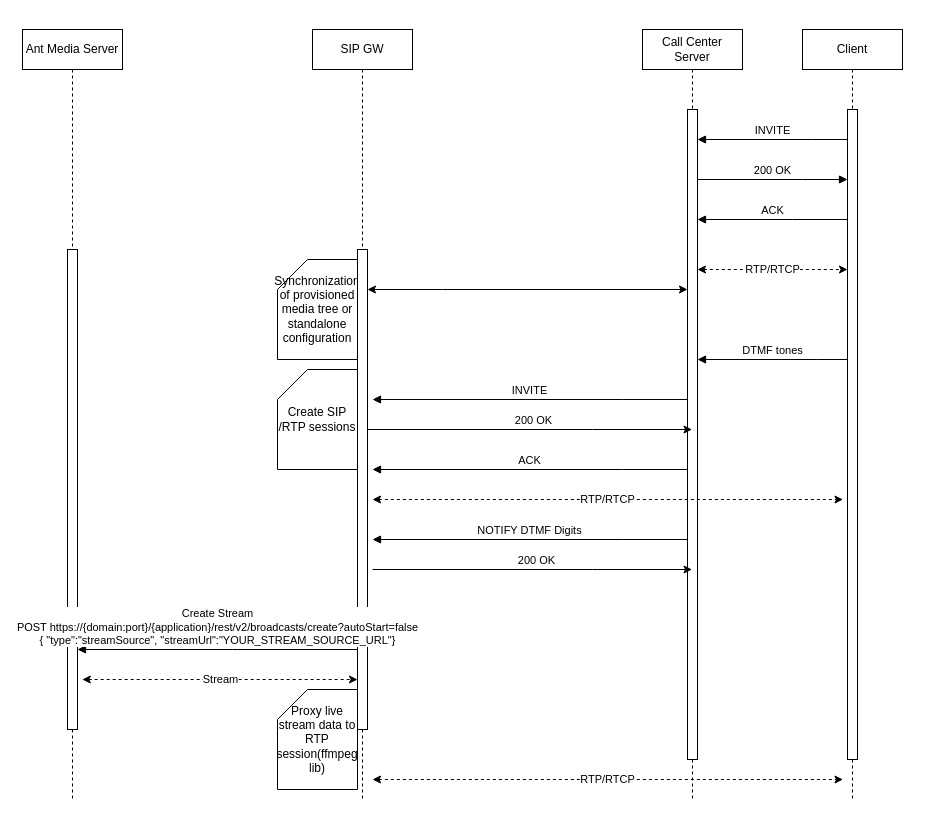
Earlier version of the draw.io diagram page "Page-1" (1 of 2) of callcenter-int/Başlıksız Diyagram.drawio (sezerdulger/drawio). Source tidied: cells renumbered, new cells numbered last; positions are measured from the earlier drawing's top-left corner, leaving out a move shared by most shapes. Both pictures are drawn from the tidied source at 100%, with x=0, y=0 at pixel (-8, 29).
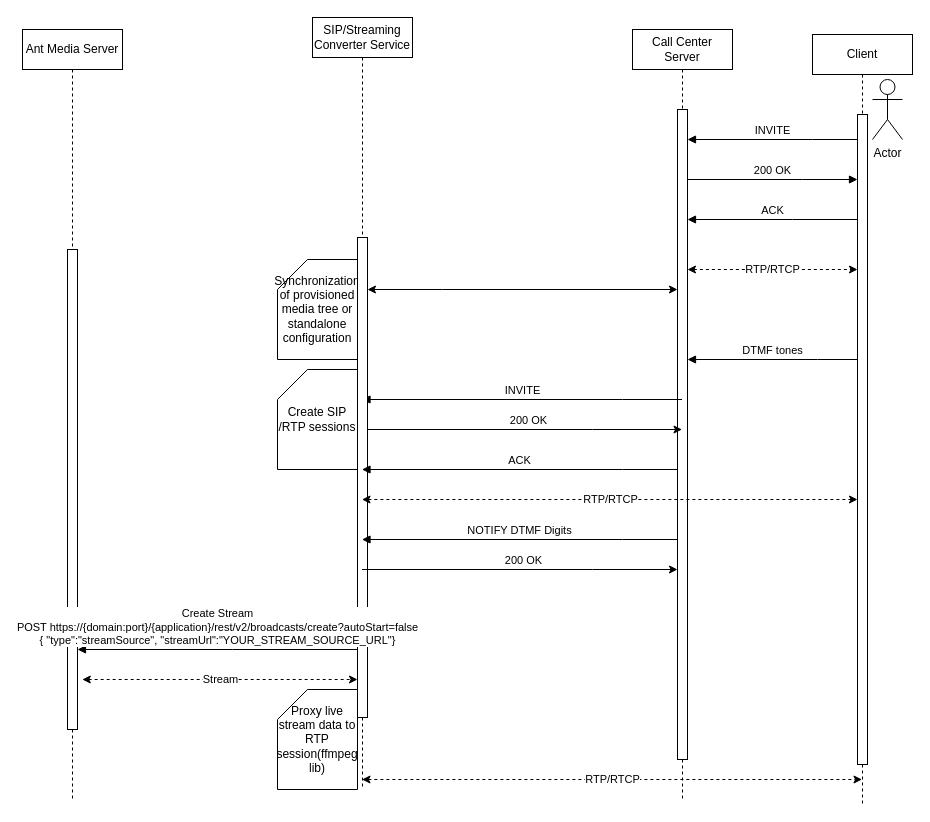
The same page after the edit.

The change refers to these unchanged cells:
```xml
<mxCell id="3" style="html=1;points=[];perimeter=orthogonalPerimeter;outlineConnect=0;targetShapes=umlLifeline;portConstraint=eastwest;newEdgeStyle={&quot;edgeStyle&quot;:&quot;elbowEdgeStyle&quot;,&quot;elbow&quot;:&quot;vertical&quot;,&quot;curved&quot;:0,&quot;rounded&quot;:0};" parent="2" vertex="1">
  <mxGeometry x="45" y="80" width="10" height="650" as="geometry" />
</mxCell>
<mxCell id="5" style="html=1;points=[];perimeter=orthogonalPerimeter;outlineConnect=0;targetShapes=umlLifeline;portConstraint=eastwest;newEdgeStyle={&quot;edgeStyle&quot;:&quot;elbowEdgeStyle&quot;,&quot;elbow&quot;:&quot;vertical&quot;,&quot;curved&quot;:0,&quot;rounded&quot;:0};" parent="4" vertex="1">
  <mxGeometry x="45" y="80" width="10" height="650" as="geometry" />
</mxCell>
<mxCell id="19" style="html=1;points=[];perimeter=orthogonalPerimeter;outlineConnect=0;targetShapes=umlLifeline;portConstraint=eastwest;newEdgeStyle={&quot;edgeStyle&quot;:&quot;elbowEdgeStyle&quot;,&quot;elbow&quot;:&quot;vertical&quot;,&quot;curved&quot;:0,&quot;rounded&quot;:0};" parent="18" vertex="1">
  <mxGeometry x="45" y="220" width="10" height="480" as="geometry" />
</mxCell>
```

Diff of the diagram source:
```diff
@@
     <mxCell id="2" value="Call Center Server" style="shape=umlLifeline;perimeter=lifelinePerimeter;whiteSpace=wrap;html=1;outlineConnect=0;portConstraint=eastwest;newEdgeStyle={&quot;edgeStyle&quot;:&quot;elbowEdgeStyle&quot;,&quot;elbow&quot;:&quot;vertical&quot;,&quot;curved&quot;:0,&quot;rounded&quot;:0};" parent="1" vertex="1">
-      <mxGeometry x="650" width="100" height="770" as="geometry" />
+      <mxGeometry x="640" width="100" height="770" as="geometry" />
     </mxCell>
@@
     <mxCell id="4" value="Client" style="shape=umlLifeline;perimeter=lifelinePerimeter;whiteSpace=wrap;html=1;outlineConnect=0;portConstraint=eastwest;newEdgeStyle={&quot;edgeStyle&quot;:&quot;elbowEdgeStyle&quot;,&quot;elbow&quot;:&quot;vertical&quot;,&quot;curved&quot;:0,&quot;rounded&quot;:0};" parent="1" vertex="1">
-      <mxGeometry x="810" width="100" height="770" as="geometry" />
+      <mxGeometry x="820" y="5" width="100" height="770" as="geometry" />
     </mxCell>
@@
-    <mxCell id="12" value="INVITE" style="html=1;verticalAlign=bottom;endArrow=block;edgeStyle=elbowEdgeStyle;elbow=vertical;curved=0;rounded=0;" parent="1" edge="1">
+    <mxCell id="12" value="INVITE" style="html=1;verticalAlign=bottom;endArrow=block;edgeStyle=elbowEdgeStyle;elbow=vertical;curved=0;rounded=0;" parent="1" edge="1" source="2" target="18">
       <mxGeometry relative="1" as="geometry">
-        <mxPoint x="695" y="370" as="sourcePoint" />
-        <mxPoint x="380" y="370" as="targetPoint" />
         <Array as="points">
           <mxPoint x="630" y="370" />
           <mxPoint x="600" y="390" />
           <mxPoint x="550" y="300" />
           <mxPoint x="620" y="330" />
           <mxPoint x="870" y="270" />
           <mxPoint x="790" y="120" />
           <mxPoint x="290" y="90" />
         </Array>
       </mxGeometry>
     </mxCell>
@@
-    <mxCell id="17" value="RTP/RTCP" style="endArrow=classic;startArrow=classic;html=1;rounded=0;strokeColor=default;dashed=1;" parent="1" edge="1">
+    <mxCell id="17" value="RTP/RTCP" style="endArrow=classic;startArrow=classic;html=1;rounded=0;strokeColor=default;dashed=1;" parent="1" edge="1" source="18" target="4">
       <mxGeometry relative="1" as="geometry">
-        <mxPoint x="380" y="750" as="sourcePoint" />
-        <mxPoint x="850.5" y="750" as="targetPoint" />
         <Array as="points">
           <mxPoint x="625.5" y="750" />
         </Array>
       </mxGeometry>
     </mxCell>
-    <mxCell id="18" value="SIP GW" style="shape=umlLifeline;perimeter=lifelinePerimeter;whiteSpace=wrap;html=1;outlineConnect=0;portConstraint=eastwest;newEdgeStyle={&quot;edgeStyle&quot;:&quot;elbowEdgeStyle&quot;,&quot;elbow&quot;:&quot;vertical&quot;,&quot;curved&quot;:0,&quot;rounded&quot;:0};" parent="1" vertex="1">
-      <mxGeometry x="320" width="100" height="770" as="geometry" />
+    <mxCell id="18" value="SIP/Streaming Converter Service" style="shape=umlLifeline;perimeter=lifelinePerimeter;whiteSpace=wrap;html=1;outlineConnect=0;portConstraint=eastwest;newEdgeStyle={&quot;edgeStyle&quot;:&quot;elbowEdgeStyle&quot;,&quot;elbow&quot;:&quot;vertical&quot;,&quot;curved&quot;:0,&quot;rounded&quot;:0};" parent="1" vertex="1">
+      <mxGeometry x="320" y="-12" width="100" height="770" as="geometry" />
     </mxCell>
@@
-    <mxCell id="21" style="endArrow=classic;html=1;rounded=0;strokeColor=default;" parent="1" edge="1">
+    <mxCell id="21" style="endArrow=classic;html=1;rounded=0;strokeColor=default;" parent="1" edge="1" source="19" target="2">
       <mxGeometry relative="1" as="geometry">
-        <mxPoint x="375" y="400" as="sourcePoint" />
-        <mxPoint x="699.5" y="400" as="targetPoint" />
         <Array as="points">
           <mxPoint x="600" y="400" />
         </Array>
       </mxGeometry>
     </mxCell>
@@
-    <mxCell id="23" value="ACK" style="html=1;verticalAlign=bottom;endArrow=block;edgeStyle=elbowEdgeStyle;elbow=vertical;curved=0;rounded=0;" parent="1" edge="1">
+    <mxCell id="23" value="ACK" style="html=1;verticalAlign=bottom;endArrow=block;edgeStyle=elbowEdgeStyle;elbow=vertical;curved=0;rounded=0;" parent="1" edge="1" source="3" target="18">
       <mxGeometry relative="1" as="geometry">
-        <mxPoint x="695" y="440" as="sourcePoint" />
-        <mxPoint x="380" y="440" as="targetPoint" />
         <Array as="points">
           <mxPoint x="630" y="440" />
           <mxPoint x="600" y="460" />
           <mxPoint x="550" y="370" />
           <mxPoint x="620" y="400" />
           <mxPoint x="870" y="340" />
           <mxPoint x="790" y="190" />
           <mxPoint x="290" y="160" />
         </Array>
       </mxGeometry>
     </mxCell>
@@
-    <mxCell id="26" value="RTP/RTCP" style="endArrow=classic;startArrow=classic;html=1;rounded=0;strokeColor=default;dashed=1;" parent="1" edge="1">
+    <mxCell id="26" value="RTP/RTCP" style="endArrow=classic;startArrow=classic;html=1;rounded=0;strokeColor=default;dashed=1;" parent="1" edge="1" source="18" target="5">
       <mxGeometry relative="1" as="geometry">
-        <mxPoint x="380" y="470" as="sourcePoint" />
-        <mxPoint x="850.5" y="470" as="targetPoint" />
         <Array as="points">
           <mxPoint x="625.5" y="470" />
         </Array>
       </mxGeometry>
     </mxCell>
-    <mxCell id="27" value="NOTIFY DTMF Digits" style="html=1;verticalAlign=bottom;endArrow=block;edgeStyle=elbowEdgeStyle;elbow=vertical;curved=0;rounded=0;" parent="1" edge="1">
+    <mxCell id="27" value="NOTIFY DTMF Digits" style="html=1;verticalAlign=bottom;endArrow=block;edgeStyle=elbowEdgeStyle;elbow=vertical;curved=0;rounded=0;" parent="1" edge="1" source="3" target="18">
       <mxGeometry relative="1" as="geometry">
-        <mxPoint x="695" y="510" as="sourcePoint" />
-        <mxPoint x="380" y="510" as="targetPoint" />
         <Array as="points">
           <mxPoint x="630" y="510" />
           <mxPoint x="600" y="530" />
           <mxPoint x="550" y="440" />
           <mxPoint x="620" y="470" />
           <mxPoint x="870" y="410" />
           <mxPoint x="790" y="260" />
           <mxPoint x="290" y="230" />
         </Array>
       </mxGeometry>
     </mxCell>
-    <mxCell id="28" style="endArrow=classic;html=1;rounded=0;strokeColor=default;" parent="1" edge="1">
+    <mxCell id="28" style="endArrow=classic;html=1;rounded=0;strokeColor=default;" parent="1" edge="1" source="18" target="3">
       <mxGeometry relative="1" as="geometry">
-        <mxPoint x="380" y="540" as="sourcePoint" />
-        <mxPoint x="699.5" y="540" as="targetPoint" />
         <Array as="points">
           <mxPoint x="600" y="540" />
         </Array>
       </mxGeometry>
     </mxCell>
@@
+    <mxCell id="30" value="Actor" style="shape=umlActor;verticalLabelPosition=bottom;verticalAlign=top;html=1;" parent="1" vertex="1">
+      <mxGeometry x="880" y="50" width="30" height="60" as="geometry" />
+    </mxCell>
```
